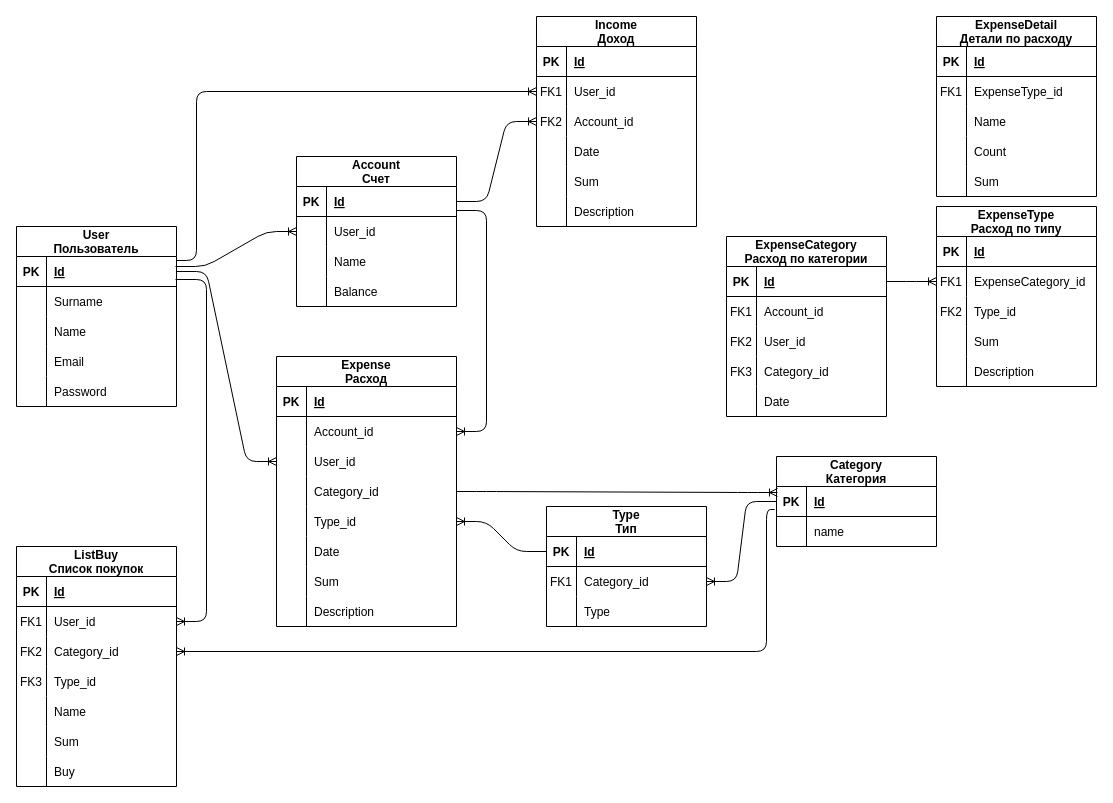
Earlier version of the draw.io diagram budget_db_schema.drawio (FattakhovRustem/budget). Source tidied: cells renumbered, new cells numbered last; positions are measured from the earlier drawing's top-left corner, leaving out a move shared by most shapes. Both pictures are drawn from the tidied source at 100%, with x=0, y=0 at pixel (16, 16).
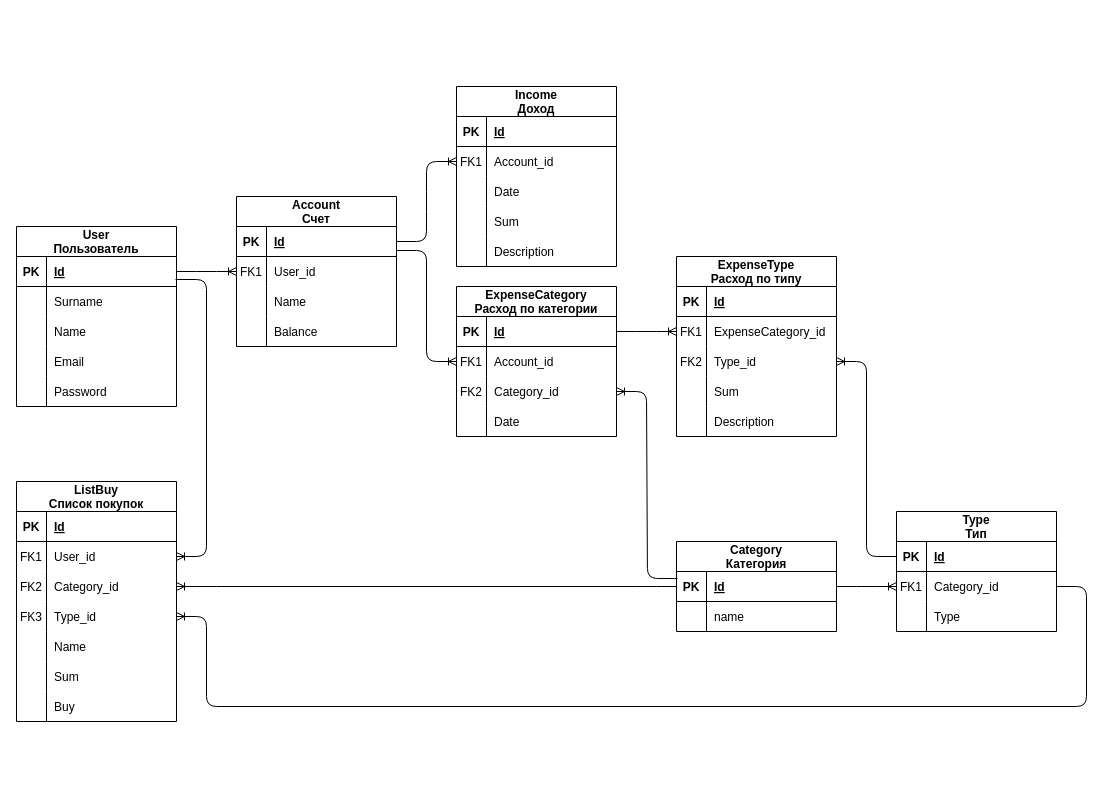
The same page after the edit.

The change refers to these unchanged cells:
```xml
<mxCell id="3" style="shape=partialRectangle;fillColor=none;top=0;left=0;bottom=1;right=0;points=[[0,0.5],[1,0.5]];portConstraint=eastwest;" parent="2" vertex="1">
  <mxGeometry y="30" width="160" height="30" as="geometry" />
</mxCell>
<mxCell id="19" style="shape=partialRectangle;fillColor=none;top=0;left=0;bottom=1;right=0;points=[[0,0.5],[1,0.5]];portConstraint=eastwest;" parent="18" vertex="1">
  <mxGeometry y="30" width="160" height="30" as="geometry" />
</mxCell>
<mxCell id="45" style="shape=partialRectangle;fillColor=none;top=0;left=0;bottom=1;right=0;points=[[0,0.5],[1,0.5]];portConstraint=eastwest;" parent="44" vertex="1">
  <mxGeometry y="30" width="160" height="30" as="geometry" />
</mxCell>
<mxCell id="48" style="shape=partialRectangle;fillColor=none;top=0;left=0;bottom=0;right=0;points=[[0,0.5],[1,0.5]];portConstraint=eastwest;" parent="44" vertex="1">
  <mxGeometry y="60" width="160" height="30" as="geometry" />
</mxCell>
<mxCell id="58" style="shape=partialRectangle;fillColor=none;top=0;left=0;bottom=0;right=0;points=[[0,0.5],[1,0.5]];portConstraint=eastwest;" parent="54" vertex="1">
  <mxGeometry y="60" width="160" height="30" as="geometry" />
</mxCell>
<mxCell id="77" style="shape=partialRectangle;fillColor=none;top=0;left=0;bottom=0;right=0;points=[[0,0.5],[1,0.5]];portConstraint=eastwest;" parent="70" vertex="1">
  <mxGeometry y="90" width="160" height="30" as="geometry" />
</mxCell>
<mxCell id="80" style="shape=partialRectangle;fillColor=none;top=0;left=0;bottom=0;right=0;points=[[0,0.5],[1,0.5]];portConstraint=eastwest;" parent="70" vertex="1">
  <mxGeometry y="120" width="160" height="30" as="geometry" />
</mxCell>
<mxCell id="118" style="shape=partialRectangle;fillColor=none;top=0;left=0;bottom=0;right=0;points=[[0,0.5],[1,0.5]];portConstraint=eastwest;" parent="111" vertex="1">
  <mxGeometry y="90" width="160" height="30" as="geometry" />
</mxCell>
<mxCell id="131" style="shape=partialRectangle;fillColor=none;top=0;left=0;bottom=1;right=0;points=[[0,0.5],[1,0.5]];portConstraint=eastwest;" parent="130" vertex="1">
  <mxGeometry y="30" width="160" height="30" as="geometry" />
</mxCell>
<mxCell id="134" style="shape=partialRectangle;fillColor=none;top=0;left=0;bottom=0;right=0;points=[[0,0.5],[1,0.5]];portConstraint=eastwest;" parent="130" vertex="1">
  <mxGeometry y="60" width="160" height="30" as="geometry" />
</mxCell>
```

Diff of the diagram source:
```diff
@@
     <mxCell id="18" value="Category&#10;Категория" style="shape=table;startSize=30;childLayout=tableLayout;rowLines=0;fontStyle=1;align=center;" parent="1" vertex="1">
-      <mxGeometry x="760" y="440" width="160" height="90" as="geometry" />
+      <mxGeometry x="660" y="525" width="160" height="90" as="geometry" />
     </mxCell>
@@
     <mxCell id="25" value="Income&#10;Доход" style="shape=table;startSize=30;childLayout=tableLayout;rowLines=0;fontStyle=1;align=center;" parent="1" vertex="1">
-      <mxGeometry x="520" width="160" height="210" as="geometry" />
+      <mxGeometry x="440" y="70" width="160" height="180" as="geometry" />
     </mxCell>
@@
-    <mxCell id="29" style="shape=partialRectangle;fillColor=none;top=0;left=0;bottom=0;right=0;points=[[0,0.5],[1,0.5]];portConstraint=eastwest;" parent="25" vertex="1">
-      <mxGeometry y="60" width="160" height="30" as="geometry" />
-    </mxCell>
-    <mxCell id="30" value="FK1" style="shape=partialRectangle;fillColor=none;top=0;left=0;bottom=0;right=0;overflow=hidden;" parent="29" vertex="1">
-      <mxGeometry width="30" height="30" as="geometry" />
-    </mxCell>
-    <mxCell id="31" value="User_id" style="shape=partialRectangle;fillColor=none;top=0;left=0;bottom=0;right=0;align=left;spacingLeft=6;overflow=hidden;" parent="29" vertex="1">
-      <mxGeometry x="30" width="130" height="30" as="geometry" />
-    </mxCell>
     <mxCell id="32" style="shape=partialRectangle;fillColor=none;top=0;left=0;bottom=0;right=0;points=[[0,0.5],[1,0.5]];portConstraint=eastwest;" parent="25" vertex="1">
-      <mxGeometry y="90" width="160" height="30" as="geometry" />
+      <mxGeometry y="60" width="160" height="30" as="geometry" />
     </mxCell>
-    <mxCell id="33" value="FK2" style="shape=partialRectangle;fillColor=none;top=0;left=0;bottom=0;right=0;overflow=hidden;" parent="32" vertex="1">
+    <mxCell id="33" value="FK1" style="shape=partialRectangle;fillColor=none;top=0;left=0;bottom=0;right=0;overflow=hidden;" parent="32" vertex="1">
       <mxGeometry width="30" height="30" as="geometry" />
     </mxCell>
@@
     <mxCell id="35" style="shape=partialRectangle;fillColor=none;top=0;left=0;bottom=0;right=0;" parent="25" vertex="1">
-      <mxGeometry y="120" width="160" height="30" as="geometry" />
+      <mxGeometry y="90" width="160" height="30" as="geometry" />
     </mxCell>
@@
     <mxCell id="38" style="shape=partialRectangle;fillColor=none;top=0;left=0;bottom=0;right=0;" parent="25" vertex="1">
-      <mxGeometry y="150" width="160" height="30" as="geometry" />
+      <mxGeometry y="120" width="160" height="30" as="geometry" />
     </mxCell>
@@
     <mxCell id="41" style="shape=partialRectangle;fillColor=none;top=0;left=0;bottom=0;right=0;" parent="25" vertex="1">
-      <mxGeometry y="180" width="160" height="30" as="geometry" />
+      <mxGeometry y="150" width="160" height="30" as="geometry" />
     </mxCell>
@@
     <mxCell id="44" value="Type&#10;Тип" style="shape=table;startSize=30;childLayout=tableLayout;rowLines=0;fontStyle=1;align=center;" parent="1" vertex="1">
-      <mxGeometry x="530" y="490" width="160" height="120" as="geometry" />
+      <mxGeometry x="880" y="495" width="160" height="120" as="geometry" />
     </mxCell>
@@
     <mxCell id="54" value="ExpenseCategory&#10;Расход по категории" style="shape=table;startSize=30;childLayout=tableLayout;rowLines=0;fontStyle=1;align=center;" parent="1" vertex="1">
-      <mxGeometry x="710" y="220" width="160" height="180" as="geometry" />
+      <mxGeometry x="440" y="270" width="160" height="150" as="geometry" />
     </mxCell>
@@
-    <mxCell id="61" style="shape=partialRectangle;fillColor=none;top=0;left=0;bottom=0;right=0;" parent="54" vertex="1">
-      <mxGeometry y="90" width="160" height="30" as="geometry" />
-    </mxCell>
-    <mxCell id="62" value="FK2" style="shape=partialRectangle;fillColor=none;top=0;left=0;bottom=0;right=0;overflow=hidden;" parent="61" vertex="1">
-      <mxGeometry width="30" height="30" as="geometry" />
-    </mxCell>
-    <mxCell id="63" value="User_id" style="shape=partialRectangle;fillColor=none;top=0;left=0;bottom=0;right=0;align=left;spacingLeft=6;overflow=hidden;" parent="61" vertex="1">
-      <mxGeometry x="30" width="130" height="30" as="geometry" />
-    </mxCell>
     <mxCell id="64" style="shape=partialRectangle;fillColor=none;top=0;left=0;bottom=0;right=0;points=[[0,0.5],[1,0.5]];portConstraint=eastwest;" parent="54" vertex="1">
-      <mxGeometry y="120" width="160" height="30" as="geometry" />
+      <mxGeometry y="90" width="160" height="30" as="geometry" />
     </mxCell>
-    <mxCell id="65" value="FK3" style="shape=partialRectangle;fillColor=none;top=0;left=0;bottom=0;right=0;overflow=hidden;" parent="64" vertex="1">
+    <mxCell id="65" value="FK2" style="shape=partialRectangle;fillColor=none;top=0;left=0;bottom=0;right=0;overflow=hidden;" parent="64" vertex="1">
       <mxGeometry width="30" height="30" as="geometry" />
     </mxCell>
@@
     <mxCell id="67" style="shape=partialRectangle;fillColor=none;top=0;left=0;bottom=0;right=0;" parent="54" vertex="1">
-      <mxGeometry y="150" width="160" height="30" as="geometry" />
+      <mxGeometry y="120" width="160" height="30" as="geometry" />
     </mxCell>
@@
     <mxCell id="70" value="ListBuy&#10;Список покупок" style="shape=table;startSize=30;childLayout=tableLayout;rowLines=0;fontStyle=1;align=center;" parent="1" vertex="1">
-      <mxGeometry y="530" width="160" height="240" as="geometry" />
+      <mxGeometry y="465" width="160" height="240" as="geometry" />
     </mxCell>
@@
-    <mxCell id="92" value="ExpenseDetail&#10;Детали по расходу" style="shape=table;startSize=30;childLayout=tableLayout;rowLines=0;fontStyle=1;align=center;" parent="1" vertex="1">
-      <mxGeometry x="920" width="160" height="180" as="geometry" />
-    </mxCell>
-    <mxCell id="93" style="shape=partialRectangle;fillColor=none;top=0;left=0;bottom=1;right=0;" parent="92" vertex="1">
-      <mxGeometry y="30" width="160" height="30" as="geometry" />
-    </mxCell>
-    <mxCell id="94" value="PK" style="shape=partialRectangle;fillColor=none;top=0;left=0;bottom=0;right=0;fontStyle=1;overflow=hidden;" parent="93" vertex="1">
-      <mxGeometry width="30" height="30" as="geometry" />
-    </mxCell>
-    <mxCell id="95" value="Id" style="shape=partialRectangle;fillColor=none;top=0;left=0;bottom=0;right=0;align=left;spacingLeft=6;fontStyle=5;overflow=hidden;" parent="93" vertex="1">
-      <mxGeometry x="30" width="130" height="30" as="geometry" />
-    </mxCell>
-    <mxCell id="96" style="shape=partialRectangle;fillColor=none;top=0;left=0;bottom=0;right=0;" parent="92" vertex="1">
-      <mxGeometry y="60" width="160" height="30" as="geometry" />
-    </mxCell>
-    <mxCell id="97" value="FK1" style="shape=partialRectangle;fillColor=none;top=0;left=0;bottom=0;right=0;overflow=hidden;" parent="96" vertex="1">
-      <mxGeometry width="30" height="30" as="geometry" />
-    </mxCell>
-    <mxCell id="98" value="ExpenseType_id" style="shape=partialRectangle;fillColor=none;top=0;left=0;bottom=0;right=0;align=left;spacingLeft=6;overflow=hidden;" parent="96" vertex="1">
-      <mxGeometry x="30" width="130" height="30" as="geometry" />
-    </mxCell>
-    <mxCell id="99" style="shape=partialRectangle;fillColor=none;top=0;left=0;bottom=0;right=0;" parent="92" vertex="1">
-      <mxGeometry y="90" width="160" height="30" as="geometry" />
-    </mxCell>
-    <mxCell id="100" style="shape=partialRectangle;fillColor=none;top=0;left=0;bottom=0;right=0;overflow=hidden;" parent="99" vertex="1">
-      <mxGeometry width="30" height="30" as="geometry" />
-    </mxCell>
-    <mxCell id="101" value="Name" style="shape=partialRectangle;fillColor=none;top=0;left=0;bottom=0;right=0;align=left;spacingLeft=6;overflow=hidden;" parent="99" vertex="1">
-      <mxGeometry x="30" width="130" height="30" as="geometry" />
-    </mxCell>
-    <mxCell id="102" style="shape=partialRectangle;fillColor=none;top=0;left=0;bottom=0;right=0;" parent="92" vertex="1">
-      <mxGeometry y="120" width="160" height="30" as="geometry" />
-    </mxCell>
-    <mxCell id="103" style="shape=partialRectangle;fillColor=none;top=0;left=0;bottom=0;right=0;overflow=hidden;" parent="102" vertex="1">
-      <mxGeometry width="30" height="30" as="geometry" />
-    </mxCell>
-    <mxCell id="104" value="Count" style="shape=partialRectangle;fillColor=none;top=0;left=0;bottom=0;right=0;align=left;spacingLeft=6;overflow=hidden;" parent="102" vertex="1">
-      <mxGeometry x="30" width="130" height="30" as="geometry" />
-    </mxCell>
-    <mxCell id="105" style="shape=partialRectangle;fillColor=none;top=0;left=0;bottom=0;right=0;" parent="92" vertex="1">
-      <mxGeometry y="150" width="160" height="30" as="geometry" />
-    </mxCell>
-    <mxCell id="106" style="shape=partialRectangle;fillColor=none;top=0;left=0;bottom=0;right=0;overflow=hidden;" parent="105" vertex="1">
-      <mxGeometry width="30" height="30" as="geometry" />
-    </mxCell>
-    <mxCell id="107" value="Sum" style="shape=partialRectangle;fillColor=none;top=0;left=0;bottom=0;right=0;align=left;spacingLeft=6;overflow=hidden;" parent="105" vertex="1">
-      <mxGeometry x="30" width="130" height="30" as="geometry" />
-    </mxCell>
-    <mxCell id="108" style="edgeStyle=entityRelationEdgeStyle;fontSize=12;html=1;endArrow=ERoneToMany;startArrow=none;entryX=0;entryY=0.5;entryDx=0;entryDy=0;" parent="1" edge="1" source="3" target="154">
-      <mxGeometry relative="1" as="geometry" />
-    </mxCell>
-    <mxCell id="109" style="edgeStyle=entityRelationEdgeStyle;fontSize=12;html=1;endArrow=ERoneToMany;" parent="1" edge="1" target="134">
-      <mxGeometry relative="1" as="geometry">
-        <mxPoint x="159" y="250" as="sourcePoint" />
-      </mxGeometry>
-    </mxCell>
@@
     <mxCell id="111" value="ExpenseType&#10;Расход по типу" style="shape=table;startSize=30;childLayout=tableLayout;rowLines=0;fontStyle=1;align=center;" parent="1" vertex="1">
-      <mxGeometry x="920" y="190" width="160" height="180" as="geometry" />
+      <mxGeometry x="660" y="240" width="160" height="180" as="geometry" />
     </mxCell>
@@
-    <mxCell id="129" style="edgeStyle=orthogonalEdgeStyle;fontSize=12;html=1;endArrow=ERoneToMany;exitX=-0.012;exitY=0.767;exitDx=0;exitDy=0;exitPerimeter=0;" parent="1" edge="1" source="19" target="77">
-      <mxGeometry relative="1" as="geometry">
-        <Array as="points">
-          <mxPoint x="750" y="493" />
-          <mxPoint x="750" y="635" />
-        </Array>
-      </mxGeometry>
-    </mxCell>
     <mxCell id="130" value="Account&#10;Счет" style="shape=table;startSize=30;childLayout=tableLayout;rowLines=0;fontStyle=1;align=center;" parent="1" vertex="1">
-      <mxGeometry x="280" y="140" width="160" height="150" as="geometry" />
+      <mxGeometry x="220" y="180" width="160" height="150" as="geometry" />
     </mxCell>
@@
-    <mxCell id="135" style="shape=partialRectangle;fillColor=none;top=0;left=0;bottom=0;right=0;overflow=hidden;" parent="134" vertex="1">
+    <mxCell id="135" value="FK1" style="shape=partialRectangle;fillColor=none;top=0;left=0;bottom=0;right=0;overflow=hidden;" parent="134" vertex="1">
       <mxGeometry width="30" height="30" as="geometry" />
     </mxCell>
@@
-    <mxCell id="144" style="edgeStyle=entityRelationEdgeStyle;fontSize=12;html=1;endArrow=ERoneToMany;entryX=1;entryY=0.5;entryDx=0;entryDy=0;" parent="1" edge="1" source="45" target="160">
+    <mxCell id="144" style="edgeStyle=entityRelationEdgeStyle;fontSize=12;html=1;endArrow=ERoneToMany;entryX=1;entryY=0.5;entryDx=0;entryDy=0;" parent="1" edge="1" source="45" target="118">
       <mxGeometry relative="1" as="geometry" />
     </mxCell>
-    <mxCell id="145" style="edgeStyle=orthogonalEdgeStyle;fontSize=12;html=1;endArrow=ERoneToMany;exitX=1;exitY=0.133;exitDx=0;exitDy=0;exitPerimeter=0;entryX=0;entryY=0.5;entryDx=0;entryDy=0;" parent="1" edge="1" source="3" target="29">
-      <mxGeometry relative="1" as="geometry">
-        <Array as="points">
-          <mxPoint x="180" y="244" />
-          <mxPoint x="180" y="75" />
-        </Array>
-      </mxGeometry>
-    </mxCell>
-    <mxCell id="146" style="edgeStyle=entityRelationEdgeStyle;fontSize=12;html=1;endArrow=ERoneToMany;exitX=1;exitY=0.8;exitDx=0;exitDy=0;exitPerimeter=0;entryX=1;entryY=0.5;entryDx=0;entryDy=0;" parent="1" edge="1" source="131" target="151">
+    <mxCell id="146" style="edgeStyle=entityRelationEdgeStyle;fontSize=12;html=1;endArrow=ERoneToMany;exitX=1;exitY=0.8;exitDx=0;exitDy=0;exitPerimeter=0;" parent="1" edge="1" source="131" target="58">
       <mxGeometry relative="1" as="geometry" />
     </mxCell>
-    <mxCell id="147" value="Expense&#10;Расход" style="shape=table;startSize=30;childLayout=tableLayout;rowLines=0;fontStyle=1;align=center;" parent="1" vertex="1">
-      <mxGeometry x="260" y="340" width="180" height="270" as="geometry" />
-    </mxCell>
-    <mxCell id="148" style="shape=partialRectangle;fillColor=none;top=0;left=0;bottom=1;right=0;" parent="147" vertex="1">
-      <mxGeometry y="30" width="180" height="30" as="geometry" />
-    </mxCell>
-    <mxCell id="149" value="PK" style="shape=partialRectangle;fillColor=none;top=0;left=0;bottom=0;right=0;fontStyle=1;overflow=hidden;" parent="148" vertex="1">
-      <mxGeometry width="30" height="30" as="geometry" />
-    </mxCell>
-    <mxCell id="150" value="Id" style="shape=partialRectangle;fillColor=none;top=0;left=0;bottom=0;right=0;align=left;spacingLeft=6;fontStyle=5;overflow=hidden;" parent="148" vertex="1">
-      <mxGeometry x="30" width="150" height="30" as="geometry" />
-    </mxCell>
-    <mxCell id="151" style="shape=partialRectangle;fillColor=none;top=0;left=0;bottom=0;right=0;points=[[0,0.5],[1,0.5]];portConstraint=eastwest;" parent="147" vertex="1">
-      <mxGeometry y="60" width="180" height="30" as="geometry" />
-    </mxCell>
-    <mxCell id="152" style="shape=partialRectangle;fillColor=none;top=0;left=0;bottom=0;right=0;overflow=hidden;" parent="151" vertex="1">
-      <mxGeometry width="30" height="30" as="geometry" />
-    </mxCell>
-    <mxCell id="153" value="Account_id" style="shape=partialRectangle;fillColor=none;top=0;left=0;bottom=0;right=0;align=left;spacingLeft=6;overflow=hidden;" parent="151" vertex="1">
-      <mxGeometry x="30" width="150" height="30" as="geometry" />
-    </mxCell>
-    <mxCell id="154" style="shape=partialRectangle;fillColor=none;top=0;left=0;bottom=0;right=0;points=[[0,0.5],[1,0.5]];portConstraint=eastwest;" parent="147" vertex="1">
-      <mxGeometry y="90" width="180" height="30" as="geometry" />
-    </mxCell>
-    <mxCell id="155" style="shape=partialRectangle;fillColor=none;top=0;left=0;bottom=0;right=0;overflow=hidden;" parent="154" vertex="1">
-      <mxGeometry width="30" height="30" as="geometry" />
-    </mxCell>
-    <mxCell id="156" value="User_id" style="shape=partialRectangle;fillColor=none;top=0;left=0;bottom=0;right=0;align=left;spacingLeft=6;overflow=hidden;" parent="154" vertex="1">
-      <mxGeometry x="30" width="150" height="30" as="geometry" />
-    </mxCell>
-    <mxCell id="157" style="shape=partialRectangle;fillColor=none;top=0;left=0;bottom=0;right=0;points=[[0,0.5],[1,0.5]];portConstraint=eastwest;" parent="147" vertex="1">
-      <mxGeometry y="120" width="180" height="30" as="geometry" />
-    </mxCell>
-    <mxCell id="158" style="shape=partialRectangle;fillColor=none;top=0;left=0;bottom=0;right=0;overflow=hidden;" parent="157" vertex="1">
-      <mxGeometry width="30" height="30" as="geometry" />
-    </mxCell>
-    <mxCell id="159" value="Category_id" style="shape=partialRectangle;fillColor=none;top=0;left=0;bottom=0;right=0;align=left;spacingLeft=6;overflow=hidden;" parent="157" vertex="1">
-      <mxGeometry x="30" width="150" height="30" as="geometry" />
-    </mxCell>
-    <mxCell id="160" style="shape=partialRectangle;fillColor=none;top=0;left=0;bottom=0;right=0;points=[[0,0.5],[1,0.5]];portConstraint=eastwest;" parent="147" vertex="1">
-      <mxGeometry y="150" width="180" height="30" as="geometry" />
-    </mxCell>
-    <mxCell id="161" style="shape=partialRectangle;fillColor=none;top=0;left=0;bottom=0;right=0;overflow=hidden;" parent="160" vertex="1">
-      <mxGeometry width="30" height="30" as="geometry" />
-    </mxCell>
-    <mxCell id="162" value="Type_id" style="shape=partialRectangle;fillColor=none;top=0;left=0;bottom=0;right=0;align=left;spacingLeft=6;overflow=hidden;" parent="160" vertex="1">
-      <mxGeometry x="30" width="150" height="30" as="geometry" />
-    </mxCell>
-    <mxCell id="163" style="shape=partialRectangle;fillColor=none;top=0;left=0;bottom=0;right=0;" parent="147" vertex="1">
-      <mxGeometry y="180" width="180" height="30" as="geometry" />
-    </mxCell>
-    <mxCell id="164" style="shape=partialRectangle;fillColor=none;top=0;left=0;bottom=0;right=0;overflow=hidden;" parent="163" vertex="1">
-      <mxGeometry width="30" height="30" as="geometry" />
-    </mxCell>
-    <mxCell id="165" value="Date" style="shape=partialRectangle;fillColor=none;top=0;left=0;bottom=0;right=0;align=left;spacingLeft=6;overflow=hidden;" parent="163" vertex="1">
-      <mxGeometry x="30" width="150" height="30" as="geometry" />
-    </mxCell>
-    <mxCell id="166" style="shape=partialRectangle;fillColor=none;top=0;left=0;bottom=0;right=0;" parent="147" vertex="1">
-      <mxGeometry y="210" width="180" height="30" as="geometry" />
-    </mxCell>
-    <mxCell id="167" style="shape=partialRectangle;fillColor=none;top=0;left=0;bottom=0;right=0;overflow=hidden;" parent="166" vertex="1">
-      <mxGeometry width="30" height="30" as="geometry" />
-    </mxCell>
-    <mxCell id="168" value="Sum" style="shape=partialRectangle;fillColor=none;top=0;left=0;bottom=0;right=0;align=left;spacingLeft=6;overflow=hidden;" parent="166" vertex="1">
-      <mxGeometry x="30" width="150" height="30" as="geometry" />
-    </mxCell>
-    <mxCell id="169" style="shape=partialRectangle;fillColor=none;top=0;left=0;bottom=0;right=0;" parent="147" vertex="1">
-      <mxGeometry y="240" width="180" height="30" as="geometry" />
-    </mxCell>
-    <mxCell id="170" style="shape=partialRectangle;fillColor=none;top=0;left=0;bottom=0;right=0;overflow=hidden;" parent="169" vertex="1">
-      <mxGeometry width="30" height="30" as="geometry" />
-    </mxCell>
-    <mxCell id="171" value="Description" style="shape=partialRectangle;fillColor=none;top=0;left=0;bottom=0;right=0;align=left;spacingLeft=6;overflow=hidden;" parent="169" vertex="1">
-      <mxGeometry x="30" width="150" height="30" as="geometry" />
-    </mxCell>
-    <mxCell id="172" style="edgeStyle=entityRelationEdgeStyle;fontSize=12;html=1;endArrow=ERoneToMany;entryX=0.006;entryY=0.2;entryDx=0;entryDy=0;entryPerimeter=0;" parent="1" edge="1" source="157" target="19">
+    <mxCell id="172" style="edgeStyle=entityRelationEdgeStyle;fontSize=12;html=1;endArrow=ERoneToMany;exitX=0.006;exitY=0.233;exitDx=0;exitDy=0;exitPerimeter=0;" parent="1" edge="1" source="19" target="64">
       <mxGeometry relative="1" as="geometry" />
     </mxCell>
+    <mxCell id="173" style="edgeStyle=entityRelationEdgeStyle;fontSize=12;html=1;endArrow=ERoneToMany;" parent="1" edge="1" source="3" target="134">
+      <mxGeometry relative="1" as="geometry" />
+    </mxCell>
+    <mxCell id="129" style="edgeStyle=entityRelationEdgeStyle;fontSize=12;html=1;endArrow=ERoneToMany;exitX=0;exitY=0.5;exitDx=0;exitDy=0;" parent="1" edge="1" source="19" target="77">
+      <mxGeometry relative="1" as="geometry" />
+    </mxCell>
+    <mxCell id="174" style="edgeStyle=orthogonalEdgeStyle;fontSize=12;html=1;endArrow=ERoneToMany;exitX=1;exitY=0.5;exitDx=0;exitDy=0;entryX=1;entryY=0.5;entryDx=0;entryDy=0;" parent="1" edge="1" source="48" target="80">
+      <mxGeometry relative="1" as="geometry">
+        <Array as="points">
+          <mxPoint x="1070" y="570" />
+          <mxPoint x="1070" y="690" />
+          <mxPoint x="190" y="690" />
+          <mxPoint x="190" y="600" />
+        </Array>
+      </mxGeometry>
+    </mxCell>
```
